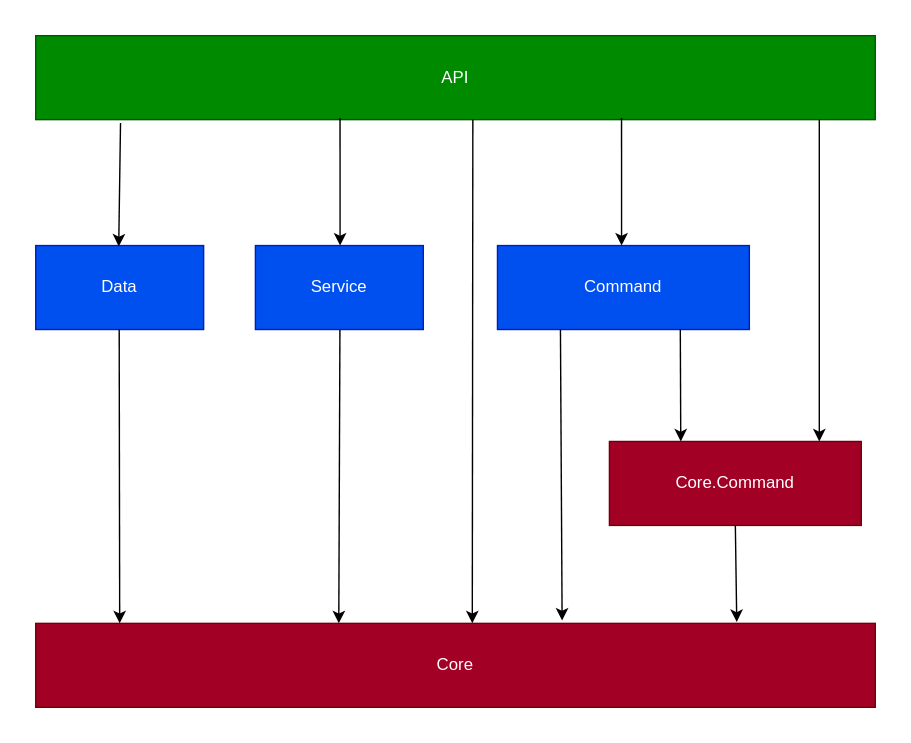
Before: docs/diagrams-img/project-dependency.svg, a diagram exported from draw.io (AndreTerra5348/tcp-chat-server). Source tidied: cells renumbered, new cells last; positions are measured from the earlier drawing's top-left corner, leaving out a move shared by most shapes.
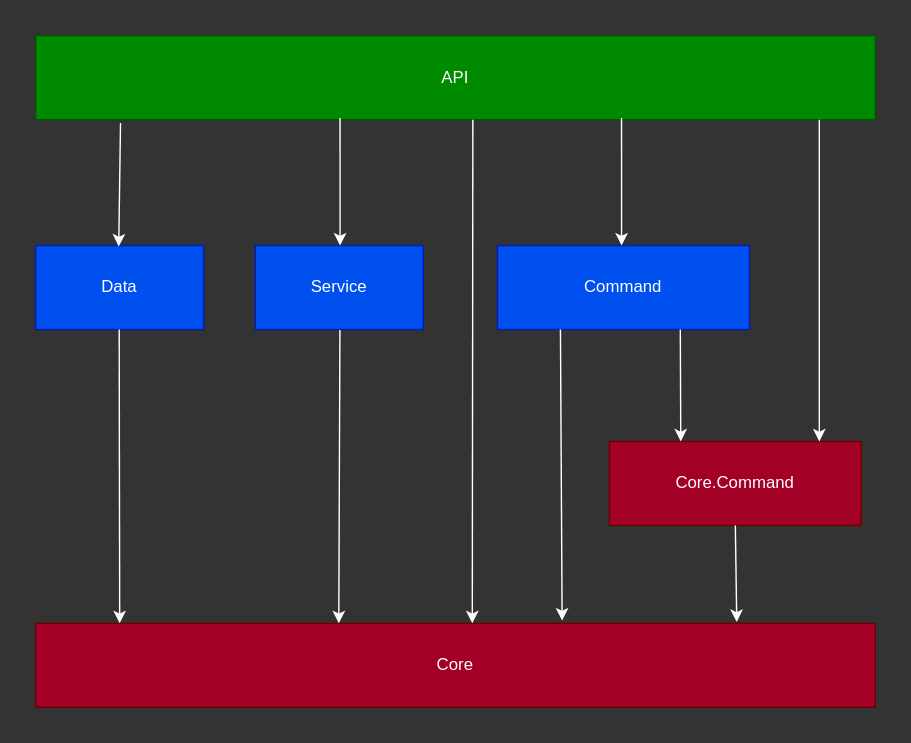
The same diagram one commit later.

What changed in the source:
```diff
@@ -1,4 +1,4 @@
-<mxGraphModel>
+<mxGraphModel background="#333333">
   <root>
     <mxCell id="0" />
     <mxCell id="1" parent="0" />
@@ -20,58 +20,58 @@
     <mxCell id="7" value="API" style="rounded=0;whiteSpace=wrap;html=1;fillColor=#008a00;fontColor=#ffffff;strokeColor=#005700;" parent="1" vertex="1">
       <mxGeometry width="600" height="60" as="geometry" />
     </mxCell>
-    <mxCell id="8" style="endArrow=classic;html=1;rounded=0;exitX=0.08;exitY=1.04;exitDx=0;exitDy=0;exitPerimeter=0;entryX=0.336;entryY=0.011;entryDx=0;entryDy=0;entryPerimeter=0;fontColor=#000000;" parent="1" edge="1">
+    <mxCell id="8" style="endArrow=classic;html=1;rounded=0;exitX=0.08;exitY=1.04;exitDx=0;exitDy=0;exitPerimeter=0;entryX=0.336;entryY=0.011;entryDx=0;entryDy=0;entryPerimeter=0;fontColor=#000000;strokeColor=#FFFFFF;" parent="1" edge="1">
       <mxGeometry relative="1" as="geometry">
         <mxPoint x="60.6" y="62.4" as="sourcePoint" />
         <mxPoint x="59.3" y="150.7" as="targetPoint" />
       </mxGeometry>
     </mxCell>
-    <mxCell id="9" style="endArrow=classic;html=1;rounded=0;exitX=0.324;exitY=0.982;exitDx=0;exitDy=0;exitPerimeter=0;entryX=0.321;entryY=0;entryDx=0;entryDy=0;entryPerimeter=0;fontColor=#000000;" parent="1" edge="1">
+    <mxCell id="9" style="endArrow=classic;html=1;rounded=0;exitX=0.324;exitY=0.982;exitDx=0;exitDy=0;exitPerimeter=0;entryX=0.321;entryY=0;entryDx=0;entryDy=0;entryPerimeter=0;fontColor=#000000;strokeColor=#FFFFFF;" parent="1" edge="1">
       <mxGeometry relative="1" as="geometry">
         <mxPoint x="217.5" y="58.9" as="sourcePoint" />
         <mxPoint x="217.5" y="150" as="targetPoint" />
       </mxGeometry>
     </mxCell>
-    <mxCell id="10" style="endArrow=classic;html=1;rounded=0;exitX=0.324;exitY=0.982;exitDx=0;exitDy=0;exitPerimeter=0;entryX=0.321;entryY=0;entryDx=0;entryDy=0;entryPerimeter=0;fontColor=#000000;" parent="1" edge="1">
+    <mxCell id="10" style="endArrow=classic;html=1;rounded=0;exitX=0.324;exitY=0.982;exitDx=0;exitDy=0;exitPerimeter=0;entryX=0.321;entryY=0;entryDx=0;entryDy=0;entryPerimeter=0;fontColor=#000000;strokeColor=#FFFFFF;" parent="1" edge="1">
       <mxGeometry relative="1" as="geometry">
         <mxPoint x="418.7" y="58.9" as="sourcePoint" />
         <mxPoint x="418.7" y="150" as="targetPoint" />
       </mxGeometry>
     </mxCell>
-    <mxCell id="11" style="endArrow=classic;html=1;rounded=0;exitX=0.324;exitY=0.982;exitDx=0;exitDy=0;exitPerimeter=0;fontColor=#000000;" parent="1" edge="1">
+    <mxCell id="11" style="endArrow=classic;html=1;rounded=0;exitX=0.324;exitY=0.982;exitDx=0;exitDy=0;exitPerimeter=0;fontColor=#000000;strokeColor=#FFFFFF;" parent="1" edge="1">
       <mxGeometry relative="1" as="geometry">
         <mxPoint x="460.7" y="210" as="sourcePoint" />
         <mxPoint x="461" y="290" as="targetPoint" />
       </mxGeometry>
     </mxCell>
-    <mxCell id="12" style="endArrow=classic;html=1;rounded=0;exitX=0.324;exitY=0.982;exitDx=0;exitDy=0;exitPerimeter=0;fontColor=#000000;" parent="1" edge="1">
+    <mxCell id="12" style="endArrow=classic;html=1;rounded=0;exitX=0.324;exitY=0.982;exitDx=0;exitDy=0;exitPerimeter=0;fontColor=#000000;strokeColor=#FFFFFF;" parent="1" edge="1">
       <mxGeometry relative="1" as="geometry">
         <mxPoint x="59.7" y="210" as="sourcePoint" />
         <mxPoint x="60" y="420" as="targetPoint" />
       </mxGeometry>
     </mxCell>
-    <mxCell id="13" style="endArrow=classic;html=1;rounded=0;exitX=0.324;exitY=0.982;exitDx=0;exitDy=0;exitPerimeter=0;entryX=0.041;entryY=-0.006;entryDx=0;entryDy=0;entryPerimeter=0;fontColor=#000000;" parent="1" edge="1">
+    <mxCell id="13" style="endArrow=classic;html=1;rounded=0;exitX=0.324;exitY=0.982;exitDx=0;exitDy=0;exitPerimeter=0;entryX=0.041;entryY=-0.006;entryDx=0;entryDy=0;entryPerimeter=0;fontColor=#000000;strokeColor=#FFFFFF;" parent="1" edge="1">
       <mxGeometry relative="1" as="geometry">
         <mxPoint x="217.4" y="210.4" as="sourcePoint" />
         <mxPoint x="216.6" y="420" as="targetPoint" />
       </mxGeometry>
     </mxCell>
-    <mxCell id="14" style="endArrow=classic;html=1;rounded=0;exitX=0.324;exitY=0.982;exitDx=0;exitDy=0;exitPerimeter=0;fontColor=#000000;" parent="1" edge="1">
+    <mxCell id="14" style="endArrow=classic;html=1;rounded=0;exitX=0.324;exitY=0.982;exitDx=0;exitDy=0;exitPerimeter=0;fontColor=#000000;strokeColor=#FFFFFF;" parent="1" edge="1">
       <mxGeometry relative="1" as="geometry">
         <mxPoint x="312.4" y="60" as="sourcePoint" />
         <mxPoint x="312" y="420" as="targetPoint" />
       </mxGeometry>
     </mxCell>
-    <mxCell id="15" style="endArrow=classic;html=1;rounded=0;fontColor=#000000;" parent="1" edge="1">
+    <mxCell id="15" style="endArrow=classic;html=1;rounded=0;fontColor=#000000;strokeColor=#FFFFFF;" parent="1" edge="1">
       <mxGeometry relative="1" as="geometry">
         <mxPoint x="560" y="60" as="sourcePoint" />
         <mxPoint x="560" y="290" as="targetPoint" />
       </mxGeometry>
     </mxCell>
-    <mxCell id="16" style="endArrow=classic;html=1;rounded=0;exitX=0.25;exitY=1;exitDx=0;exitDy=0;entryX=0.627;entryY=-0.033;entryDx=0;entryDy=0;entryPerimeter=0;fontColor=#000000;" parent="1" edge="1" source="4" target="2">
+    <mxCell id="16" style="endArrow=classic;html=1;rounded=0;exitX=0.25;exitY=1;exitDx=0;exitDy=0;entryX=0.627;entryY=-0.033;entryDx=0;entryDy=0;entryPerimeter=0;fontColor=#000000;strokeColor=#FFFFFF;" parent="1" edge="1" source="4" target="2">
       <mxGeometry relative="1" as="geometry" />
     </mxCell>
-    <mxCell id="17" style="endArrow=classic;html=1;rounded=0;exitX=0.5;exitY=1;exitDx=0;exitDy=0;entryX=0.835;entryY=-0.017;entryDx=0;entryDy=0;entryPerimeter=0;fontColor=#000000;" parent="1" edge="1" source="3" target="2">
+    <mxCell id="17" style="endArrow=classic;html=1;rounded=0;exitX=0.5;exitY=1;exitDx=0;exitDy=0;entryX=0.835;entryY=-0.017;entryDx=0;entryDy=0;entryPerimeter=0;fontColor=#000000;strokeColor=#FFFFFF;" parent="1" edge="1" source="3" target="2">
       <mxGeometry relative="1" as="geometry" />
     </mxCell>
   </root>
```
